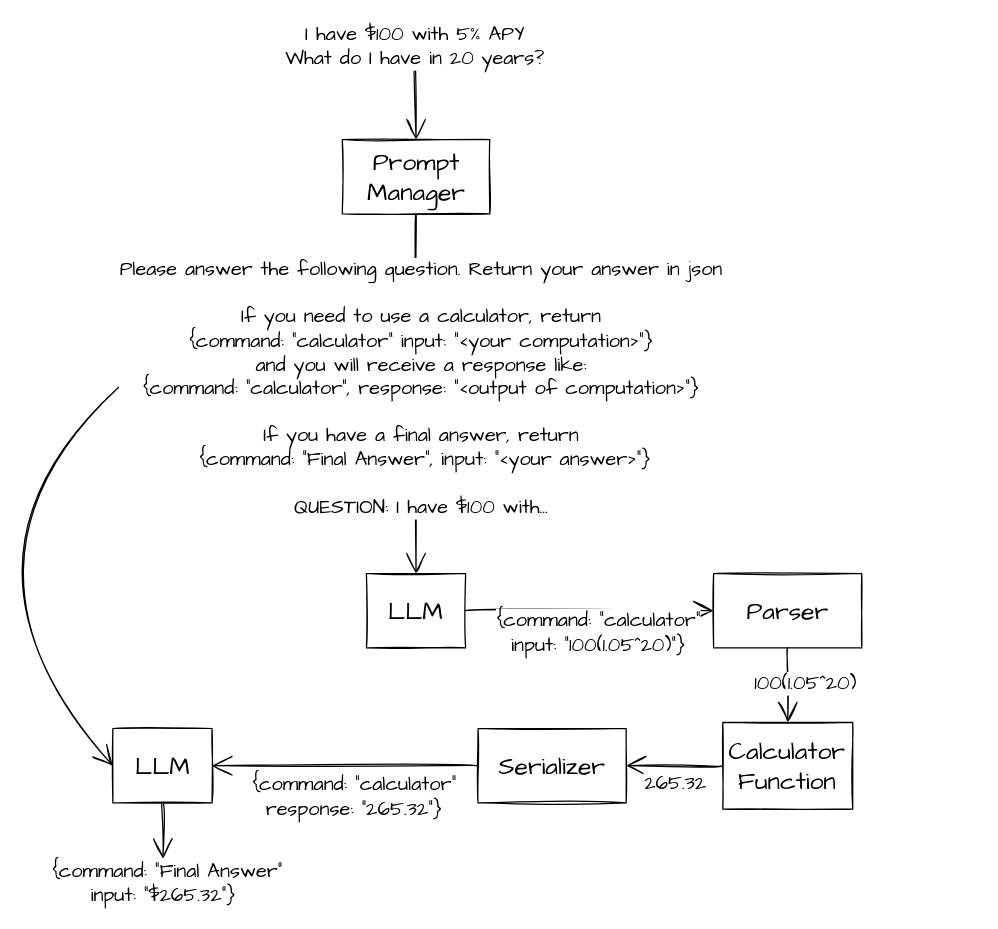
Above: page "Calculator" (2 of 6) of img/LLMsTextSketch.drawio in dshieble/dshieble.github.io (draw.io), before the change. Source tidied: cells renumbered, new cells numbered last; positions are measured from the earlier drawing's top-left corner, leaving out a move shared by most shapes. Both pictures are drawn from the tidied source at 124%, with x=0, y=0 at pixel (-68, 40).
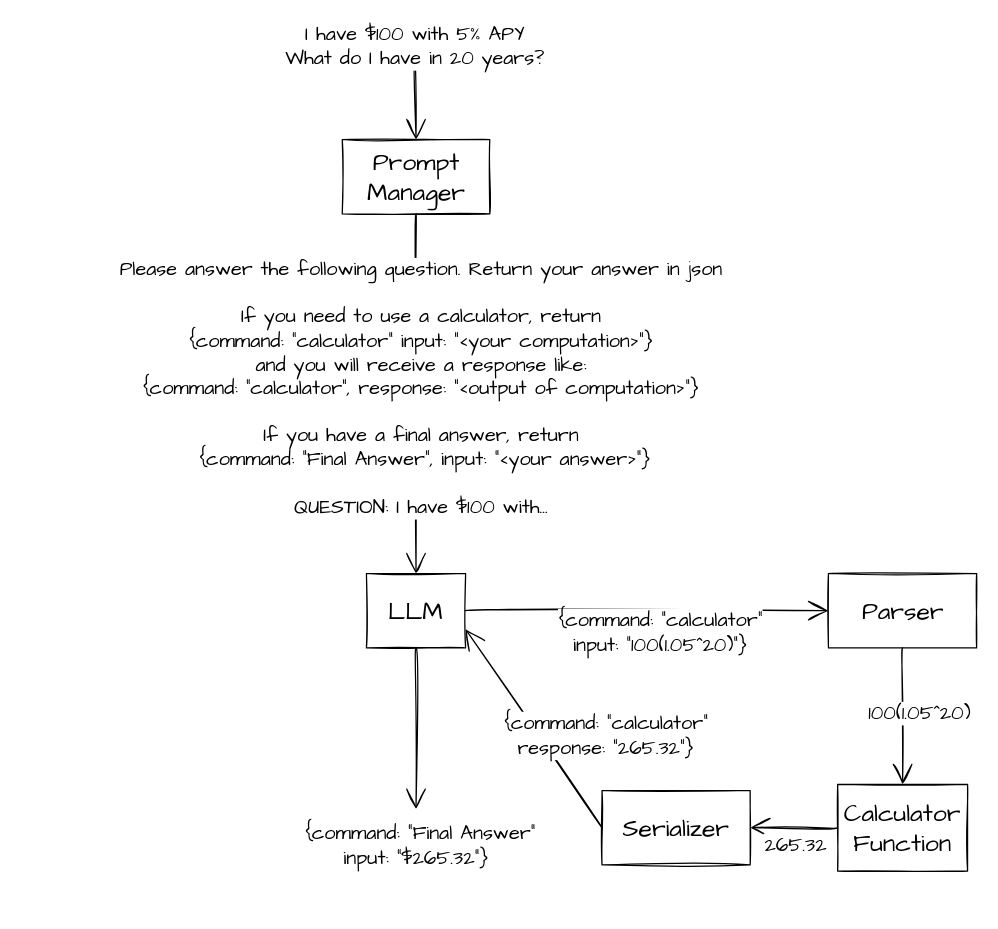
The same page after the edit.

Diff of the diagram source:
```diff
@@
 <mxGraphModel>
   <root>
     <mxCell id="0" />
     <mxCell id="1" parent="0" />
     <mxCell id="2" value="I have $100 with 5% APY&lt;br&gt;What do I have in 20 years?" style="edgeStyle=none;curved=1;rounded=0;sketch=1;hachureGap=4;jettySize=auto;html=1;fontFamily=Architects Daughter;fontSize=16;endArrow=open;startSize=14;endSize=14;sourcePerimeterSpacing=8;targetPerimeterSpacing=8;entryX=0.5;entryY=0;entryDx=0;entryDy=0;" parent="1" edge="1" target="6">
       <mxGeometry x="-0.91" y="-1" relative="1" as="geometry">
         <mxPoint x="390" as="sourcePoint" />
         <mxPoint y="1" as="offset" />
       </mxGeometry>
     </mxCell>
     <mxCell id="3" value="LLM" style="rounded=0;whiteSpace=wrap;html=1;sketch=1;hachureGap=4;fontFamily=Architects Daughter;fontSize=20;" parent="1" vertex="1">
       <mxGeometry x="350" y="430" width="80" height="60" as="geometry" />
     </mxCell>
     <mxCell id="4" value="Parser" style="rounded=0;whiteSpace=wrap;html=1;sketch=1;hachureGap=4;fontFamily=Architects Daughter;fontSize=20;" parent="1" vertex="1">
-      <mxGeometry x="630" y="430" width="119.5" height="60" as="geometry" />
+      <mxGeometry x="722.6" y="430" width="119.5" height="60" as="geometry" />
     </mxCell>
     <mxCell id="5" value="{command: &quot;calculator&quot;&lt;br style=&quot;border-color: var(--border-color);&quot;&gt;input: &quot;100(1.05^20)&quot;}" style="edgeStyle=none;curved=1;rounded=0;sketch=1;hachureGap=4;jettySize=auto;html=1;fontFamily=Architects Daughter;fontSize=16;endArrow=open;startSize=14;endSize=14;sourcePerimeterSpacing=8;targetPerimeterSpacing=8;entryX=0;entryY=0.5;entryDx=0;entryDy=0;exitX=1;exitY=0.5;exitDx=0;exitDy=0;" parent="1" edge="1" source="3" target="4">
       <mxGeometry x="0.07" y="-18" relative="1" as="geometry" />
     </mxCell>
     <mxCell id="6" value="Prompt Manager" style="rounded=0;whiteSpace=wrap;html=1;sketch=1;hachureGap=4;fontFamily=Architects Daughter;fontSize=20;" parent="1" vertex="1">
       <mxGeometry x="330.5" y="80" width="119" height="60" as="geometry" />
     </mxCell>
     <mxCell id="7" value="Please answer the following question. Return your answer in json&lt;br&gt;&lt;br&gt;If you need to use a calculator, return&lt;br&gt;{command: &quot;calculator&quot; input: &quot;&amp;lt;your computation&amp;gt;&quot;}&lt;br&gt;and you will receive a response like:&lt;br&gt;{command: &quot;calculator&quot;, response: &quot;&amp;lt;output of computation&amp;gt;&quot;}&lt;br&gt;&lt;br&gt;If you have a final answer, return&lt;br&gt;&amp;nbsp;{command: &quot;Final Answer&quot;, input: &quot;&amp;lt;your answer&amp;gt;&quot;}&lt;br&gt;&lt;br&gt;QUESTION: I have $100 with..." style="edgeStyle=none;curved=1;rounded=0;sketch=1;hachureGap=4;jettySize=auto;html=1;fontFamily=Architects Daughter;fontSize=16;endArrow=open;startSize=14;endSize=14;sourcePerimeterSpacing=8;targetPerimeterSpacing=8;exitX=0.5;exitY=1;exitDx=0;exitDy=0;entryX=0.5;entryY=0;entryDx=0;entryDy=0;" parent="1" edge="1" source="6" target="3">
       <mxGeometry x="-0.03" y="4" relative="1" as="geometry" />
     </mxCell>
     <mxCell id="8" value="Calculator Function" style="rounded=0;whiteSpace=wrap;html=1;sketch=1;hachureGap=4;fontFamily=Architects Daughter;fontSize=20;" parent="1" vertex="1">
-      <mxGeometry x="637.4" y="550" width="104.8" height="70" as="geometry" />
+      <mxGeometry x="730" y="600" width="104.8" height="70" as="geometry" />
     </mxCell>
     <mxCell id="9" value="100(1.05^20)" style="edgeStyle=none;curved=1;rounded=0;sketch=1;hachureGap=4;jettySize=auto;html=1;fontFamily=Architects Daughter;fontSize=16;endArrow=open;startSize=14;endSize=14;sourcePerimeterSpacing=8;targetPerimeterSpacing=8;exitX=0.5;exitY=1;exitDx=0;exitDy=0;entryX=0.5;entryY=0;entryDx=0;entryDy=0;" parent="1" edge="1" source="4" target="8">
       <mxGeometry x="-0.03" y="14" relative="1" as="geometry" />
     </mxCell>
     <mxCell id="10" value="265.32" style="edgeStyle=none;curved=1;rounded=0;sketch=1;hachureGap=4;jettySize=auto;html=1;fontFamily=Architects Daughter;fontSize=16;endArrow=open;startSize=14;endSize=14;sourcePerimeterSpacing=8;targetPerimeterSpacing=8;exitX=0;exitY=0.5;exitDx=0;exitDy=0;entryX=1;entryY=0.5;entryDx=0;entryDy=0;" parent="1" edge="1" source="8" target="12">
       <mxGeometry x="-0.03" y="14" relative="1" as="geometry" />
     </mxCell>
-    <mxCell id="11" value="&amp;nbsp;{command: &quot;Final Answer&quot;&lt;br style=&quot;border-color: var(--border-color);&quot;&gt;input: &quot;$265.32&quot;}" style="edgeStyle=none;curved=1;rounded=0;sketch=1;hachureGap=4;jettySize=auto;html=1;fontFamily=Architects Daughter;fontSize=16;endArrow=open;startSize=14;endSize=14;sourcePerimeterSpacing=8;targetPerimeterSpacing=8;exitX=0.5;exitY=1;exitDx=0;exitDy=0;" parent="1" edge="1" source="14">
-      <mxGeometry x="1" y="-20" relative="1" as="geometry">
-        <mxPoint x="186" y="660" as="targetPoint" />
-        <mxPoint x="20" y="20" as="offset" />
+    <mxCell id="11" value="&amp;nbsp;{command: &quot;Final Answer&quot;&lt;br style=&quot;border-color: var(--border-color);&quot;&gt;input: &quot;$265.32&quot;}" style="edgeStyle=none;curved=1;rounded=0;sketch=1;hachureGap=4;jettySize=auto;html=1;fontFamily=Architects Daughter;fontSize=16;endArrow=open;startSize=14;endSize=14;sourcePerimeterSpacing=8;targetPerimeterSpacing=8;exitX=0.5;exitY=1;exitDx=0;exitDy=0;" parent="1" edge="1" source="3">
+      <mxGeometry x="1" y="30" relative="1" as="geometry">
+        <mxPoint x="390" y="620" as="targetPoint" />
+        <mxPoint x="-30" y="30" as="offset" />
       </mxGeometry>
     </mxCell>
     <mxCell id="12" value="Serializer" style="rounded=0;whiteSpace=wrap;html=1;sketch=1;hachureGap=4;fontFamily=Architects Daughter;fontSize=20;" parent="1" vertex="1">
-      <mxGeometry x="440" y="555" width="119.5" height="60" as="geometry" />
+      <mxGeometry x="540" y="605" width="119.5" height="60" as="geometry" />
     </mxCell>
-    <mxCell id="13" value="{command: &quot;calculator&quot;&lt;br style=&quot;border-color: var(--border-color);&quot;&gt;response: &quot;265.32&quot;}" style="edgeStyle=none;curved=1;rounded=0;sketch=1;hachureGap=4;jettySize=auto;html=1;fontFamily=Architects Daughter;fontSize=16;endArrow=open;startSize=14;endSize=14;sourcePerimeterSpacing=8;targetPerimeterSpacing=8;entryX=1;entryY=0.5;entryDx=0;entryDy=0;exitX=0;exitY=0.5;exitDx=0;exitDy=0;" parent="1" edge="1" source="12" target="14">
-      <mxGeometry x="-0.07" y="25" relative="1" as="geometry" />
+    <mxCell id="13" value="{command: &quot;calculator&quot;&lt;br style=&quot;border-color: var(--border-color);&quot;&gt;response: &quot;265.32&quot;}" style="edgeStyle=none;curved=1;rounded=0;sketch=1;hachureGap=4;jettySize=auto;html=1;fontFamily=Architects Daughter;fontSize=16;endArrow=open;startSize=14;endSize=14;sourcePerimeterSpacing=8;targetPerimeterSpacing=8;exitX=0;exitY=0.5;exitDx=0;exitDy=0;entryX=1;entryY=0.75;entryDx=0;entryDy=0;" parent="1" edge="1" source="12" target="3">
+      <mxGeometry x="-0.4" y="-45" relative="1" as="geometry">
+        <mxPoint x="-1" y="-1" as="offset" />
+      </mxGeometry>
     </mxCell>
-    <mxCell id="14" value="LLM" style="rounded=0;whiteSpace=wrap;html=1;sketch=1;hachureGap=4;fontFamily=Architects Daughter;fontSize=20;" parent="1" vertex="1">
-      <mxGeometry x="145.5" y="555" width="80" height="60" as="geometry" />
-    </mxCell>
-    <mxCell id="15" style="edgeStyle=none;curved=1;rounded=0;sketch=1;hachureGap=4;jettySize=auto;html=1;fontFamily=Architects Daughter;fontSize=16;endArrow=open;startSize=14;endSize=14;sourcePerimeterSpacing=8;targetPerimeterSpacing=8;entryX=0;entryY=0.5;entryDx=0;entryDy=0;" parent="1" edge="1" target="14">
-      <mxGeometry x="1" y="9" relative="1" as="geometry">
-        <mxPoint x="150" y="280" as="sourcePoint" />
-        <Array as="points">
-          <mxPoint y="420" />
-        </Array>
-        <mxPoint x="-3" y="2" as="offset" />
-      </mxGeometry>
-    </mxCell>
   </root>
 </mxGraphModel>
```
